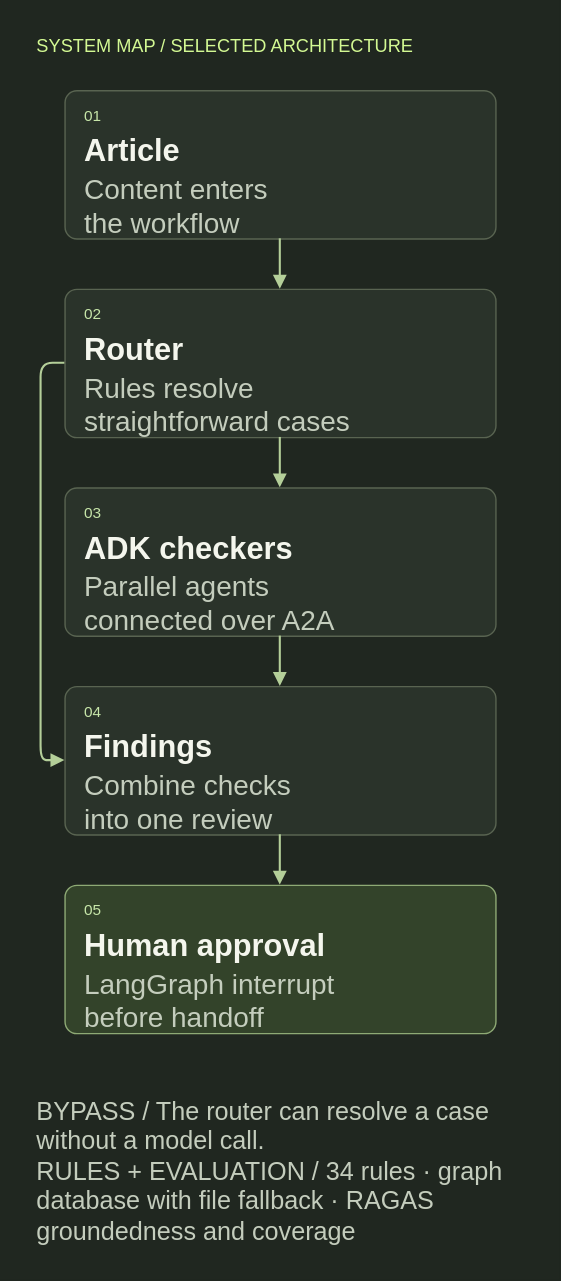
Before: images/agents/review-technical-mobile.svg, a diagram exported from draw.io (youngfreezy/youngfreezy.github.io). Source tidied: cells renumbered, new cells last; positions are measured from the earlier drawing's top-left corner, leaving out a move shared by most shapes. Its diagram source:
```xml
<mxGraphModel background="#202720">
  <root>
    <mxCell id="0" />
    <mxCell id="1" parent="0" />
    <mxCell id="2" style="html=1;fontFamily=Helvetica;fontColor=#f4f6ed;strokeColor=none;fillColor=#202720;" parent="1" vertex="1">
      <mxGeometry width="400" height="914" as="geometry" />
    </mxCell>
    <mxCell id="3" value="SYSTEM MAP  /  SELECTED ARCHITECTURE" style="html=1;fontFamily=Helvetica;fontColor=#f4f6ed;text;whiteSpace=wrap;strokeColor=none;fillColor=none;align=left;verticalAlign=middle;fontSize=13;fontColor=#d3f993;fontStyle=0;" parent="1" vertex="1">
      <mxGeometry x="24" y="18" width="352" height="28" as="geometry" />
    </mxCell>
    <mxCell id="4" style="html=1;fontFamily=Helvetica;fontColor=#f4f6ed;rounded=1;arcSize=8;fillColor=#2a332a;strokeColor=#596451;strokeWidth=1;" parent="1" vertex="1">
      <mxGeometry x="46" y="64" width="308" height="106" as="geometry" />
    </mxCell>
    <mxCell id="5" value="01" style="html=1;fontFamily=Helvetica;fontColor=#f4f6ed;text;whiteSpace=wrap;strokeColor=none;fillColor=none;align=left;verticalAlign=middle;fontSize=11;fontColor=#c7e6a9;fontStyle=0;" parent="4" vertex="1">
      <mxGeometry x="12" y="8" width="30" height="20" as="geometry" />
    </mxCell>
    <mxCell id="6" value="Article" style="html=1;fontFamily=Helvetica;fontColor=#f4f6ed;text;whiteSpace=wrap;strokeColor=none;fillColor=none;align=left;verticalAlign=middle;fontSize=22;fontColor=#f4f6ed;fontStyle=1;" parent="4" vertex="1">
      <mxGeometry x="12" y="31" width="284" height="26" as="geometry" />
    </mxCell>
    <mxCell id="7" value="Content enters&#10;the workflow" style="html=1;fontFamily=Helvetica;fontColor=#f4f6ed;text;whiteSpace=wrap;strokeColor=none;fillColor=none;align=left;verticalAlign=middle;fontSize=20;fontColor=#c4cdbd;fontStyle=0;" parent="4" vertex="1">
      <mxGeometry x="12" y="62" width="284" height="40" as="geometry" />
    </mxCell>
    <mxCell id="8" style="html=1;fontFamily=Helvetica;fontColor=#f4f6ed;rounded=1;arcSize=8;fillColor=#2a332a;strokeColor=#596451;strokeWidth=1;" parent="1" vertex="1">
      <mxGeometry x="46" y="206" width="308" height="106" as="geometry" />
    </mxCell>
    <mxCell id="9" value="02" style="html=1;fontFamily=Helvetica;fontColor=#f4f6ed;text;whiteSpace=wrap;strokeColor=none;fillColor=none;align=left;verticalAlign=middle;fontSize=11;fontColor=#c7e6a9;fontStyle=0;" parent="8" vertex="1">
      <mxGeometry x="12" y="8" width="30" height="20" as="geometry" />
    </mxCell>
    <mxCell id="10" value="Router" style="html=1;fontFamily=Helvetica;fontColor=#f4f6ed;text;whiteSpace=wrap;strokeColor=none;fillColor=none;align=left;verticalAlign=middle;fontSize=22;fontColor=#f4f6ed;fontStyle=1;" parent="8" vertex="1">
      <mxGeometry x="12" y="31" width="284" height="26" as="geometry" />
    </mxCell>
    <mxCell id="11" value="Rules resolve&#10;straightforward cases" style="html=1;fontFamily=Helvetica;fontColor=#f4f6ed;text;whiteSpace=wrap;strokeColor=none;fillColor=none;align=left;verticalAlign=middle;fontSize=20;fontColor=#c4cdbd;fontStyle=0;" parent="8" vertex="1">
      <mxGeometry x="12" y="62" width="284" height="40" as="geometry" />
    </mxCell>
    <mxCell id="12" style="html=1;fontFamily=Helvetica;fontColor=#f4f6ed;rounded=1;arcSize=8;fillColor=#2a332a;strokeColor=#596451;strokeWidth=1;" parent="1" vertex="1">
      <mxGeometry x="46" y="348" width="308" height="106" as="geometry" />
    </mxCell>
    <mxCell id="13" value="03" style="html=1;fontFamily=Helvetica;fontColor=#f4f6ed;text;whiteSpace=wrap;strokeColor=none;fillColor=none;align=left;verticalAlign=middle;fontSize=11;fontColor=#c7e6a9;fontStyle=0;" parent="12" vertex="1">
      <mxGeometry x="12" y="8" width="30" height="20" as="geometry" />
    </mxCell>
    <mxCell id="14" value="ADK checkers" style="html=1;fontFamily=Helvetica;fontColor=#f4f6ed;text;whiteSpace=wrap;strokeColor=none;fillColor=none;align=left;verticalAlign=middle;fontSize=22;fontColor=#f4f6ed;fontStyle=1;" parent="12" vertex="1">
      <mxGeometry x="12" y="31" width="284" height="26" as="geometry" />
    </mxCell>
    <mxCell id="15" value="Parallel agents&#10;connected over A2A" style="html=1;fontFamily=Helvetica;fontColor=#f4f6ed;text;whiteSpace=wrap;strokeColor=none;fillColor=none;align=left;verticalAlign=middle;fontSize=20;fontColor=#c4cdbd;fontStyle=0;" parent="12" vertex="1">
      <mxGeometry x="12" y="62" width="284" height="40" as="geometry" />
    </mxCell>
    <mxCell id="16" style="html=1;fontFamily=Helvetica;fontColor=#f4f6ed;rounded=1;arcSize=8;fillColor=#2a332a;strokeColor=#596451;strokeWidth=1;" parent="1" vertex="1">
      <mxGeometry x="46" y="490" width="308" height="106" as="geometry" />
    </mxCell>
    <mxCell id="17" value="04" style="html=1;fontFamily=Helvetica;fontColor=#f4f6ed;text;whiteSpace=wrap;strokeColor=none;fillColor=none;align=left;verticalAlign=middle;fontSize=11;fontColor=#c7e6a9;fontStyle=0;" parent="16" vertex="1">
      <mxGeometry x="12" y="8" width="30" height="20" as="geometry" />
    </mxCell>
    <mxCell id="18" value="Findings" style="html=1;fontFamily=Helvetica;fontColor=#f4f6ed;text;whiteSpace=wrap;strokeColor=none;fillColor=none;align=left;verticalAlign=middle;fontSize=22;fontColor=#f4f6ed;fontStyle=1;" parent="16" vertex="1">
      <mxGeometry x="12" y="31" width="284" height="26" as="geometry" />
    </mxCell>
    <mxCell id="19" value="Combine checks&#10;into one review" style="html=1;fontFamily=Helvetica;fontColor=#f4f6ed;text;whiteSpace=wrap;strokeColor=none;fillColor=none;align=left;verticalAlign=middle;fontSize=20;fontColor=#c4cdbd;fontStyle=0;" parent="16" vertex="1">
      <mxGeometry x="12" y="62" width="284" height="40" as="geometry" />
    </mxCell>
    <mxCell id="20" style="html=1;fontFamily=Helvetica;fontColor=#f4f6ed;rounded=1;arcSize=8;fillColor=#33432a;strokeColor=#8eaa75;strokeWidth=1;" parent="1" vertex="1">
      <mxGeometry x="46" y="632" width="308" height="106" as="geometry" />
    </mxCell>
    <mxCell id="21" value="05" style="html=1;fontFamily=Helvetica;fontColor=#f4f6ed;text;whiteSpace=wrap;strokeColor=none;fillColor=none;align=left;verticalAlign=middle;fontSize=11;fontColor=#c7e6a9;fontStyle=0;" parent="20" vertex="1">
      <mxGeometry x="12" y="8" width="30" height="20" as="geometry" />
    </mxCell>
    <mxCell id="22" value="Human approval" style="html=1;fontFamily=Helvetica;fontColor=#f4f6ed;text;whiteSpace=wrap;strokeColor=none;fillColor=none;align=left;verticalAlign=middle;fontSize=22;fontColor=#f4f6ed;fontStyle=1;" parent="20" vertex="1">
      <mxGeometry x="12" y="31" width="284" height="26" as="geometry" />
    </mxCell>
    <mxCell id="23" value="LangGraph interrupt&#10;before handoff" style="html=1;fontFamily=Helvetica;fontColor=#f4f6ed;text;whiteSpace=wrap;strokeColor=none;fillColor=none;align=left;verticalAlign=middle;fontSize=20;fontColor=#c4cdbd;fontStyle=0;" parent="20" vertex="1">
      <mxGeometry x="12" y="62" width="284" height="40" as="geometry" />
    </mxCell>
    <mxCell id="24" style="edgeStyle=orthogonalEdgeStyle;rounded=1;jettySize=auto;strokeColor=#b4cf99;strokeWidth=1.5;endArrow=block;endFill=1;exitX=.5;exitY=1;entryX=.5;entryY=0;" parent="1" edge="1" source="4" target="8">
      <mxGeometry relative="1" as="geometry" />
    </mxCell>
    <mxCell id="25" style="edgeStyle=orthogonalEdgeStyle;rounded=1;jettySize=auto;strokeColor=#b4cf99;strokeWidth=1.5;endArrow=block;endFill=1;exitX=.5;exitY=1;entryX=.5;entryY=0;" parent="1" edge="1" source="8" target="12">
      <mxGeometry relative="1" as="geometry" />
    </mxCell>
    <mxCell id="26" style="edgeStyle=orthogonalEdgeStyle;rounded=1;jettySize=auto;strokeColor=#b4cf99;strokeWidth=1.5;endArrow=block;endFill=1;exitX=.5;exitY=1;entryX=.5;entryY=0;" parent="1" edge="1" source="12" target="16">
      <mxGeometry relative="1" as="geometry" />
    </mxCell>
    <mxCell id="27" style="edgeStyle=orthogonalEdgeStyle;rounded=1;jettySize=auto;strokeColor=#b4cf99;strokeWidth=1.5;endArrow=block;endFill=1;exitX=.5;exitY=1;entryX=.5;entryY=0;" parent="1" edge="1" source="16" target="20">
      <mxGeometry relative="1" as="geometry" />
    </mxCell>
    <mxCell id="28" style="edgeStyle=orthogonalEdgeStyle;rounded=1;jettySize=auto;strokeColor=#b4cf99;strokeWidth=1.5;endArrow=block;endFill=1;exitX=0;exitY=.5;entryX=0;entryY=.5;" parent="1" edge="1" source="8" target="16">
      <mxGeometry relative="1" as="geometry">
        <Array as="points">
          <mxPoint x="29" y="259" />
          <mxPoint x="29" y="543" />
        </Array>
      </mxGeometry>
    </mxCell>
    <mxCell id="29" value="BYPASS  /  The router can resolve a case without a model call.&#10;RULES + EVALUATION  /  34 rules · graph database with file fallback · RAGAS groundedness and coverage" style="html=1;fontFamily=Helvetica;fontColor=#f4f6ed;text;whiteSpace=wrap;strokeColor=none;fillColor=none;align=left;verticalAlign=middle;fontSize=18;fontColor=#c4cdbd;fontStyle=0;" parent="1" vertex="1">
      <mxGeometry x="24" y="772" width="352" height="130" as="geometry" />
    </mxCell>
  </root>
</mxGraphModel>
```
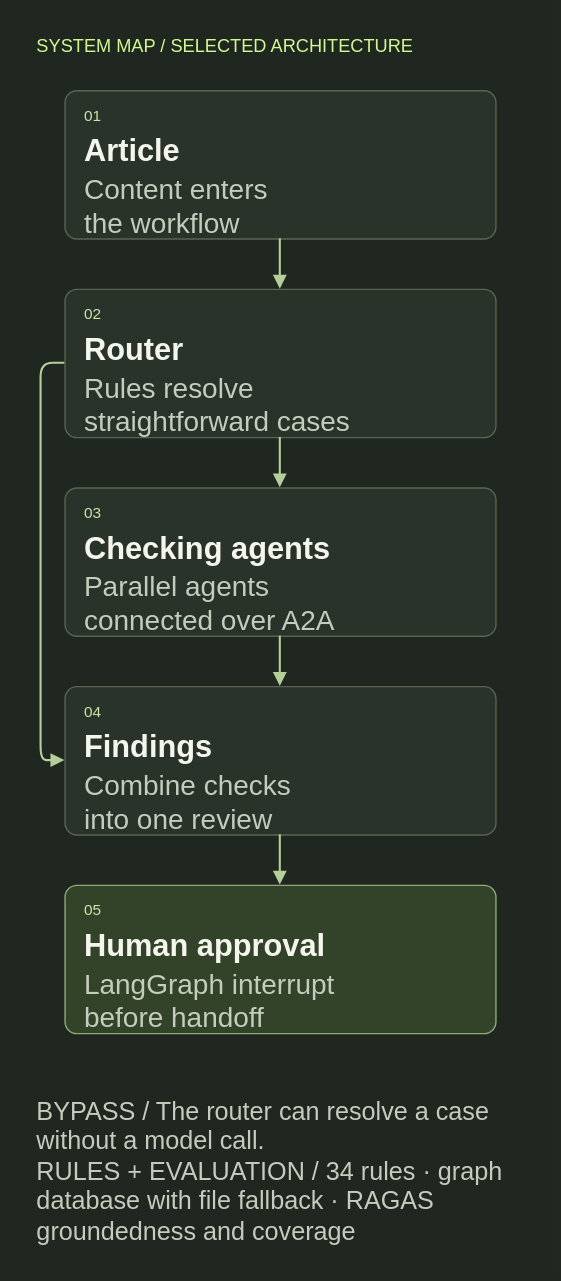
After the change.

The edit, as a diff of the source:
```diff
@@ -38,7 +38,7 @@
     <mxCell id="13" value="03" style="html=1;fontFamily=Helvetica;fontColor=#f4f6ed;text;whiteSpace=wrap;strokeColor=none;fillColor=none;align=left;verticalAlign=middle;fontSize=11;fontColor=#c7e6a9;fontStyle=0;" parent="12" vertex="1">
       <mxGeometry x="12" y="8" width="30" height="20" as="geometry" />
     </mxCell>
-    <mxCell id="14" value="ADK checkers" style="html=1;fontFamily=Helvetica;fontColor=#f4f6ed;text;whiteSpace=wrap;strokeColor=none;fillColor=none;align=left;verticalAlign=middle;fontSize=22;fontColor=#f4f6ed;fontStyle=1;" parent="12" vertex="1">
+    <mxCell id="14" value="Checking agents" style="html=1;fontFamily=Helvetica;fontColor=#f4f6ed;text;whiteSpace=wrap;strokeColor=none;fillColor=none;align=left;verticalAlign=middle;fontSize=22;fontColor=#f4f6ed;fontStyle=1;" parent="12" vertex="1">
       <mxGeometry x="12" y="31" width="284" height="26" as="geometry" />
     </mxCell>
     <mxCell id="15" value="Parallel agents&#10;connected over A2A" style="html=1;fontFamily=Helvetica;fontColor=#f4f6ed;text;whiteSpace=wrap;strokeColor=none;fillColor=none;align=left;verticalAlign=middle;fontSize=20;fontColor=#c4cdbd;fontStyle=0;" parent="12" vertex="1">
```
